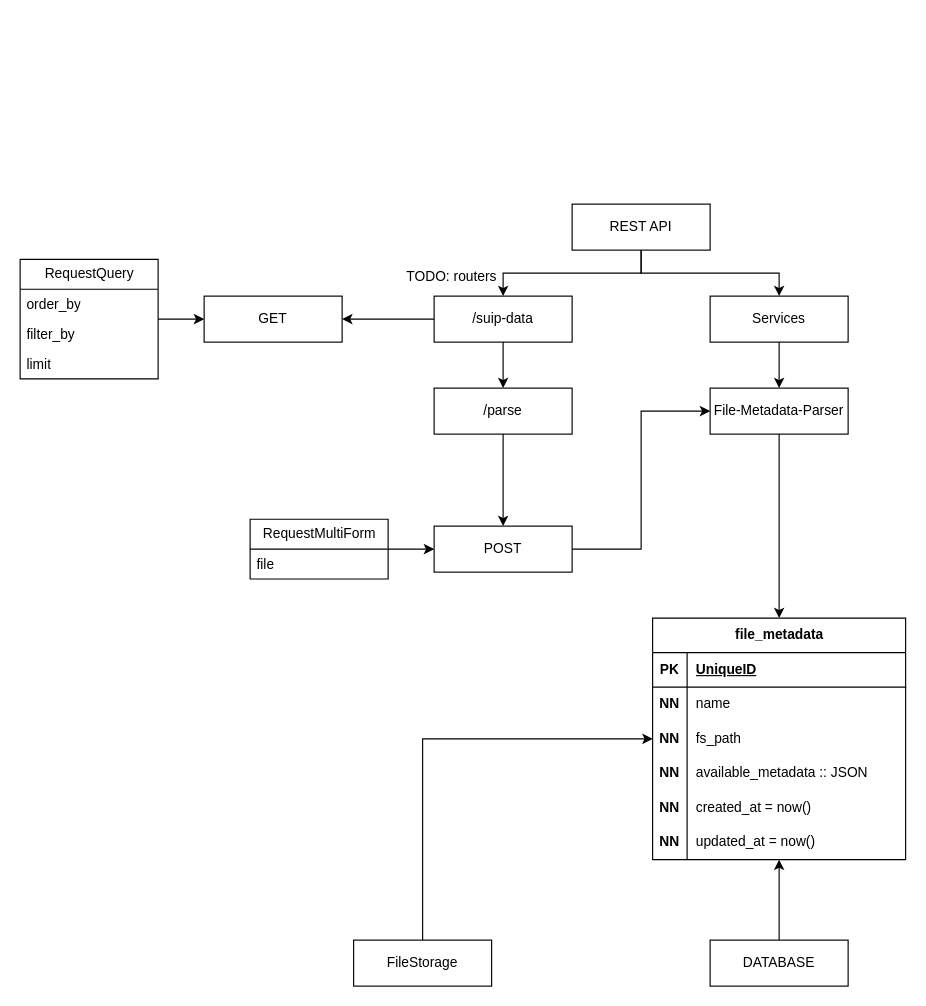
ames0k0/TT--FastAPI--File-Metadata-Parser keeps this draw.io diagram as _readme/Diagram.drawio. Above is the earlier version. Source tidied: cells renumbered, new cells numbered last; positions are measured from the earlier drawing's top-left corner, leaving out a move shared by most shapes. Both pictures are drawn from the tidied source at 115%, with x=0, y=0 at pixel (20, 204).
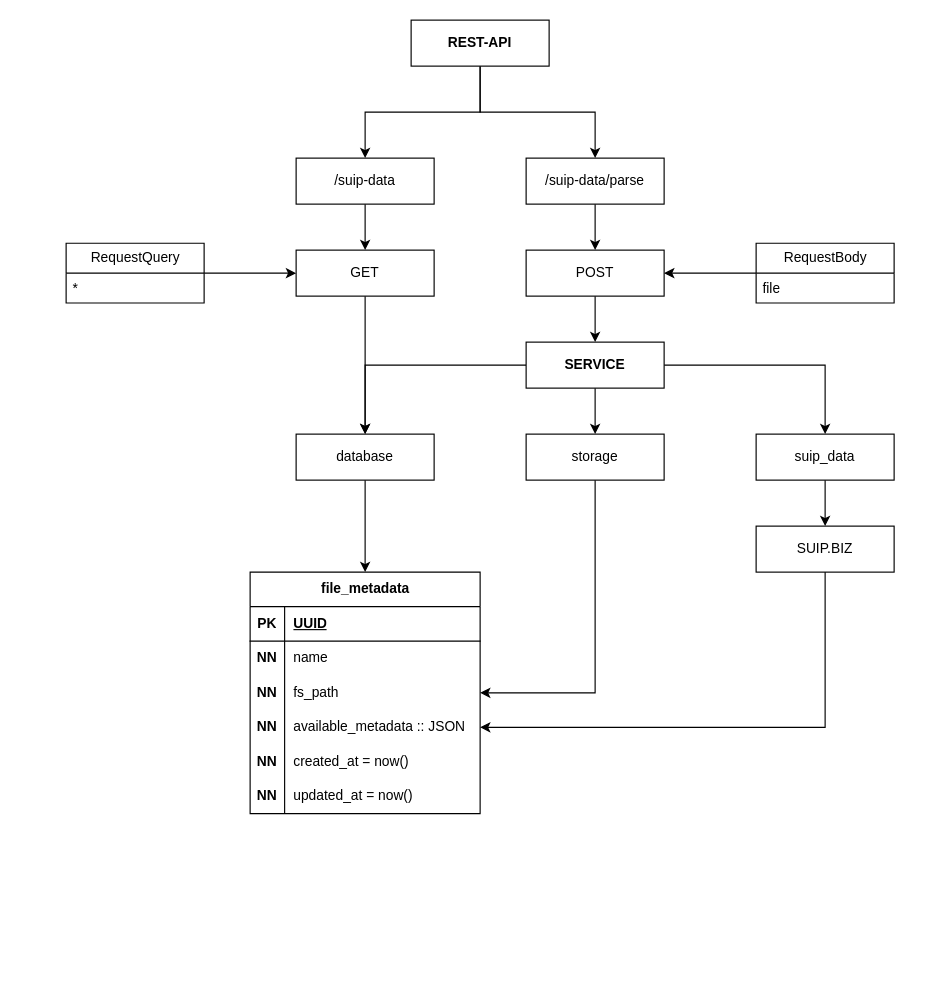
After the change.

The edit, as a diff of the source:
```diff
@@
-    <mxCell id="2" style="edgeStyle=orthogonalEdgeStyle;rounded=0;jettySize=auto;html=1;" parent="1" edge="1" source="3" target="5">
-      <mxGeometry relative="1" as="geometry" />
-    </mxCell>
-    <mxCell id="3" value="Services" style="rounded=0;whiteSpace=wrap;html=1;" parent="1" vertex="1">
-      <mxGeometry x="600" y="80" width="120" height="40" as="geometry" />
-    </mxCell>
-    <mxCell id="4" style="edgeStyle=orthogonalEdgeStyle;rounded=0;jettySize=auto;html=1;" parent="1" edge="1" source="5" target="19">
-      <mxGeometry relative="1" as="geometry" />
-    </mxCell>
-    <mxCell id="5" value="File-Metadata-Parser" style="whiteSpace=wrap;html=1;rounded=0;" parent="1" vertex="1">
-      <mxGeometry x="600" y="160" width="120" height="40" as="geometry" />
-    </mxCell>
-    <mxCell id="6" style="edgeStyle=orthogonalEdgeStyle;rounded=0;jettySize=auto;html=1;" parent="1" edge="1" source="8" target="3">
-      <mxGeometry relative="1" as="geometry" />
-    </mxCell>
-    <mxCell id="7" style="edgeStyle=orthogonalEdgeStyle;rounded=0;jettySize=auto;html=1;" parent="1" edge="1" source="8" target="11">
-      <mxGeometry relative="1" as="geometry" />
-    </mxCell>
-    <mxCell id="8" value="REST API" style="rounded=0;whiteSpace=wrap;html=1;" parent="1" vertex="1">
-      <mxGeometry x="480" width="120" height="40" as="geometry" />
-    </mxCell>
-    <mxCell id="9" style="edgeStyle=orthogonalEdgeStyle;rounded=0;jettySize=auto;html=1;" parent="1" edge="1" source="11" target="18">
-      <mxGeometry relative="1" as="geometry" />
-    </mxCell>
@@
-    <mxCell id="11" value="/suip-data" style="whiteSpace=wrap;html=1;rounded=0;" parent="1" vertex="1">
-      <mxGeometry x="360" y="80" width="120" height="40" as="geometry" />
+    <mxCell id="11" value="&lt;div&gt;&lt;span style=&quot;background-color: transparent; color: light-dark(rgb(0, 0, 0), rgb(255, 255, 255));&quot;&gt;/suip-data&lt;/span&gt;&lt;/div&gt;" style="whiteSpace=wrap;html=1;rounded=0;" parent="1" vertex="1">
+      <mxGeometry x="240" y="-40" width="120" height="40" as="geometry" />
     </mxCell>
+    <mxCell id="49" style="edgeStyle=orthogonalEdgeStyle;rounded=0;jettySize=auto;html=1;" parent="1" edge="1" source="12" target="52">
+      <mxGeometry relative="1" as="geometry" />
+    </mxCell>
     <mxCell id="12" value="GET" style="whiteSpace=wrap;html=1;rounded=0;" parent="1" vertex="1">
-      <mxGeometry x="160" y="80" width="120" height="40" as="geometry" />
+      <mxGeometry x="240" y="40" width="120" height="40" as="geometry" />
     </mxCell>
-    <mxCell id="13" style="edgeStyle=orthogonalEdgeStyle;rounded=0;jettySize=auto;html=1;" parent="1" edge="1" source="14" target="5">
-      <mxGeometry relative="1" as="geometry">
-        <Array as="points">
-          <mxPoint x="540" y="300" />
-          <mxPoint x="540" y="180" />
-        </Array>
-      </mxGeometry>
-    </mxCell>
+    <mxCell id="50" style="edgeStyle=orthogonalEdgeStyle;rounded=0;jettySize=auto;html=1;" parent="1" edge="1" source="14" target="79">
+      <mxGeometry relative="1" as="geometry" />
+    </mxCell>
     <mxCell id="14" value="POST" style="whiteSpace=wrap;html=1;rounded=0;" parent="1" vertex="1">
-      <mxGeometry x="360" y="280" width="120" height="40" as="geometry" />
+      <mxGeometry x="440" y="40" width="120" height="40" as="geometry" />
     </mxCell>
-    <mxCell id="15" style="edgeStyle=orthogonalEdgeStyle;rounded=0;jettySize=auto;html=1;" parent="1" edge="1" source="16" target="19">
-      <mxGeometry relative="1" as="geometry" />
-    </mxCell>
-    <mxCell id="16" value="DATABASE" style="whiteSpace=wrap;html=1;" parent="1" vertex="1">
-      <mxGeometry x="600" y="640" width="120" height="40" as="geometry" />
-    </mxCell>
-    <mxCell id="17" style="edgeStyle=orthogonalEdgeStyle;rounded=0;jettySize=auto;html=1;" parent="1" edge="1" source="18" target="14">
-      <mxGeometry relative="1" as="geometry" />
-    </mxCell>
-    <mxCell id="18" value="/parse" style="whiteSpace=wrap;html=1;rounded=0;" parent="1" vertex="1">
-      <mxGeometry x="360" y="160" width="120" height="40" as="geometry" />
-    </mxCell>
+    <mxCell id="51" style="edgeStyle=orthogonalEdgeStyle;rounded=0;jettySize=auto;html=1;" parent="1" edge="1" source="52" target="19">
+      <mxGeometry relative="1" as="geometry" />
+    </mxCell>
+    <mxCell id="52" value="&lt;div&gt;&lt;span style=&quot;background-color: transparent; color: light-dark(rgb(0, 0, 0), rgb(255, 255, 255));&quot;&gt;database&lt;/span&gt;&lt;/div&gt;" style="whiteSpace=wrap;html=1;" parent="1" vertex="1">
+      <mxGeometry x="240" y="200" width="120" height="40" as="geometry" />
+    </mxCell>
     <mxCell id="19" value="file_metadata" style="shape=table;startSize=30;childLayout=tableLayout;rowLines=0;fontStyle=1;align=center;html=1;" parent="1" vertex="1">
-      <mxGeometry x="550" y="360" width="220" height="210" as="geometry" />
+      <mxGeometry x="200" y="320" width="200" height="210" as="geometry" />
     </mxCell>
-    <mxCell id="20" style="shape=tableRow;horizontal=0;startSize=0;swimlaneHead=0;swimlaneBody=0;fillColor=none;top=0;left=0;right=0;bottom=1;" parent="19" vertex="1">
-      <mxGeometry y="30" width="220" height="30" as="geometry" />
-    </mxCell>
+    <mxCell id="53" style="shape=tableRow;horizontal=0;startSize=0;swimlaneHead=0;swimlaneBody=0;fillColor=none;top=0;left=0;right=0;bottom=1;" parent="19" vertex="1">
+      <mxGeometry y="30" width="200" height="30" as="geometry" />
+    </mxCell>
-    <mxCell id="21" value="PK" style="shape=partialRectangle;fillColor=none;top=0;left=0;bottom=0;right=0;fontStyle=1;overflow=hidden;whiteSpace=wrap;html=1;" parent="20" vertex="1">
+    <mxCell id="21" value="PK" style="shape=partialRectangle;fillColor=none;top=0;left=0;bottom=0;right=0;fontStyle=1;overflow=hidden;whiteSpace=wrap;html=1;" parent="53" vertex="1">
       <mxGeometry width="30" height="30" as="geometry" />
     </mxCell>
-    <mxCell id="22" value="UniqueID" style="shape=partialRectangle;fillColor=none;top=0;left=0;bottom=0;right=0;align=left;spacingLeft=6;fontStyle=5;overflow=hidden;whiteSpace=wrap;html=1;" parent="20" vertex="1">
-      <mxGeometry x="30" width="190" height="30" as="geometry" />
-    </mxCell>
-    <mxCell id="23" style="shape=tableRow;horizontal=0;startSize=0;swimlaneHead=0;swimlaneBody=0;fillColor=none;top=0;left=0;right=0;bottom=0;" parent="19" vertex="1">
-      <mxGeometry y="60" width="220" height="30" as="geometry" />
-    </mxCell>
-    <mxCell id="24" value="&lt;b&gt;NN&lt;/b&gt;" style="shape=partialRectangle;fillColor=none;top=0;left=0;bottom=0;right=0;overflow=hidden;whiteSpace=wrap;html=1;" parent="23" vertex="1">
-      <mxGeometry width="30" height="30" as="geometry" />
-    </mxCell>
+    <mxCell id="54" value="UUID" style="shape=partialRectangle;fillColor=none;top=0;left=0;bottom=0;right=0;align=left;spacingLeft=6;fontStyle=5;overflow=hidden;whiteSpace=wrap;html=1;" parent="53" vertex="1">
+      <mxGeometry x="30" width="170" height="30" as="geometry" />
+    </mxCell>
+    <mxCell id="55" style="shape=tableRow;horizontal=0;startSize=0;swimlaneHead=0;swimlaneBody=0;fillColor=none;top=0;left=0;right=0;bottom=0;" parent="19" vertex="1">
+      <mxGeometry y="60" width="200" height="30" as="geometry" />
+    </mxCell>
+    <mxCell id="56" value="&lt;b&gt;NN&lt;/b&gt;" style="shape=partialRectangle;fillColor=none;top=0;left=0;bottom=0;right=0;overflow=hidden;whiteSpace=wrap;html=1;" parent="55" vertex="1">
+      <mxGeometry width="30" height="30" as="geometry" />
+    </mxCell>
-    <mxCell id="25" value="name" style="shape=partialRectangle;fillColor=none;top=0;left=0;bottom=0;right=0;align=left;spacingLeft=6;overflow=hidden;whiteSpace=wrap;html=1;" parent="23" vertex="1">
-      <mxGeometry x="30" width="190" height="30" as="geometry" />
+    <mxCell id="25" value="name" style="shape=partialRectangle;fillColor=none;top=0;left=0;bottom=0;right=0;align=left;spacingLeft=6;overflow=hidden;whiteSpace=wrap;html=1;" parent="55" vertex="1">
+      <mxGeometry x="30" width="170" height="30" as="geometry" />
     </mxCell>
-    <mxCell id="26" style="shape=tableRow;horizontal=0;startSize=0;swimlaneHead=0;swimlaneBody=0;fillColor=none;points=[[0,0.5],[1,0.5]];portConstraint=eastwest;top=0;left=0;right=0;bottom=0;" parent="19" vertex="1">
-      <mxGeometry y="90" width="220" height="30" as="geometry" />
-    </mxCell>
-    <mxCell id="27" value="&lt;b&gt;NN&lt;/b&gt;" style="shape=partialRectangle;fillColor=none;top=0;left=0;bottom=0;right=0;overflow=hidden;whiteSpace=wrap;html=1;" parent="26" vertex="1">
-      <mxGeometry width="30" height="30" as="geometry" />
-    </mxCell>
+    <mxCell id="57" style="shape=tableRow;horizontal=0;startSize=0;swimlaneHead=0;swimlaneBody=0;fillColor=none;points=[[0,0.5],[1,0.5]];portConstraint=eastwest;top=0;left=0;right=0;bottom=0;" parent="19" vertex="1">
+      <mxGeometry y="90" width="200" height="30" as="geometry" />
+    </mxCell>
+    <mxCell id="58" value="&lt;b&gt;NN&lt;/b&gt;" style="shape=partialRectangle;fillColor=none;top=0;left=0;bottom=0;right=0;overflow=hidden;whiteSpace=wrap;html=1;" parent="57" vertex="1">
+      <mxGeometry width="30" height="30" as="geometry" />
+    </mxCell>
-    <mxCell id="28" value="fs_path" style="shape=partialRectangle;fillColor=none;top=0;left=0;bottom=0;right=0;align=left;spacingLeft=6;overflow=hidden;whiteSpace=wrap;html=1;" parent="26" vertex="1">
-      <mxGeometry x="30" width="190" height="30" as="geometry" />
+    <mxCell id="28" value="fs_path" style="shape=partialRectangle;fillColor=none;top=0;left=0;bottom=0;right=0;align=left;spacingLeft=6;overflow=hidden;whiteSpace=wrap;html=1;" parent="57" vertex="1">
+      <mxGeometry x="30" width="170" height="30" as="geometry" />
     </mxCell>
-    <mxCell id="29" style="shape=tableRow;horizontal=0;startSize=0;swimlaneHead=0;swimlaneBody=0;fillColor=none;top=0;left=0;right=0;bottom=0;" parent="19" vertex="1">
-      <mxGeometry y="120" width="220" height="30" as="geometry" />
-    </mxCell>
-    <mxCell id="30" value="&lt;b&gt;NN&lt;/b&gt;" style="shape=partialRectangle;fillColor=none;top=0;left=0;bottom=0;right=0;overflow=hidden;whiteSpace=wrap;html=1;" parent="29" vertex="1">
-      <mxGeometry width="30" height="30" as="geometry" />
-    </mxCell>
+    <mxCell id="59" style="shape=tableRow;horizontal=0;startSize=0;swimlaneHead=0;swimlaneBody=0;fillColor=none;points=[[0,0.5],[1,0.5]];portConstraint=eastwest;top=0;left=0;right=0;bottom=0;" parent="19" vertex="1">
+      <mxGeometry y="120" width="200" height="30" as="geometry" />
+    </mxCell>
+    <mxCell id="60" value="&lt;b&gt;NN&lt;/b&gt;" style="shape=partialRectangle;fillColor=none;top=0;left=0;bottom=0;right=0;overflow=hidden;whiteSpace=wrap;html=1;" parent="59" vertex="1">
+      <mxGeometry width="30" height="30" as="geometry" />
+    </mxCell>
-    <mxCell id="31" value="available_metadata :: JSON" style="shape=partialRectangle;fillColor=none;top=0;left=0;bottom=0;right=0;align=left;spacingLeft=6;overflow=hidden;whiteSpace=wrap;html=1;" parent="29" vertex="1">
-      <mxGeometry x="30" width="190" height="30" as="geometry" />
+    <mxCell id="31" value="available_metadata :: JSON" style="shape=partialRectangle;fillColor=none;top=0;left=0;bottom=0;right=0;align=left;spacingLeft=6;overflow=hidden;whiteSpace=wrap;html=1;" parent="59" vertex="1">
+      <mxGeometry x="30" width="170" height="30" as="geometry" />
     </mxCell>
-    <mxCell id="32" style="shape=tableRow;horizontal=0;startSize=0;swimlaneHead=0;swimlaneBody=0;fillColor=none;top=0;left=0;right=0;bottom=0;" parent="19" vertex="1">
-      <mxGeometry y="150" width="220" height="30" as="geometry" />
-    </mxCell>
-    <mxCell id="33" value="&lt;b&gt;NN&lt;/b&gt;" style="shape=partialRectangle;fillColor=none;top=0;left=0;bottom=0;right=0;overflow=hidden;whiteSpace=wrap;html=1;" parent="32" vertex="1">
-      <mxGeometry width="30" height="30" as="geometry" />
-    </mxCell>
+    <mxCell id="61" style="shape=tableRow;horizontal=0;startSize=0;swimlaneHead=0;swimlaneBody=0;fillColor=none;top=0;left=0;right=0;bottom=0;" parent="19" vertex="1">
+      <mxGeometry y="150" width="200" height="30" as="geometry" />
+    </mxCell>
+    <mxCell id="62" value="&lt;b&gt;NN&lt;/b&gt;" style="shape=partialRectangle;fillColor=none;top=0;left=0;bottom=0;right=0;overflow=hidden;whiteSpace=wrap;html=1;" parent="61" vertex="1">
+      <mxGeometry width="30" height="30" as="geometry" />
+    </mxCell>
-    <mxCell id="34" value="created_at = now()" style="shape=partialRectangle;fillColor=none;top=0;left=0;bottom=0;right=0;align=left;spacingLeft=6;overflow=hidden;whiteSpace=wrap;html=1;" parent="32" vertex="1">
-      <mxGeometry x="30" width="190" height="30" as="geometry" />
+    <mxCell id="34" value="created_at = now()" style="shape=partialRectangle;fillColor=none;top=0;left=0;bottom=0;right=0;align=left;spacingLeft=6;overflow=hidden;whiteSpace=wrap;html=1;" parent="61" vertex="1">
+      <mxGeometry x="30" width="170" height="30" as="geometry" />
     </mxCell>
-    <mxCell id="35" style="shape=tableRow;horizontal=0;startSize=0;swimlaneHead=0;swimlaneBody=0;fillColor=none;top=0;left=0;right=0;bottom=0;" parent="19" vertex="1">
-      <mxGeometry y="180" width="220" height="30" as="geometry" />
-    </mxCell>
-    <mxCell id="36" value="&lt;b&gt;NN&lt;/b&gt;" style="shape=partialRectangle;fillColor=none;top=0;left=0;bottom=0;right=0;overflow=hidden;whiteSpace=wrap;html=1;" parent="35" vertex="1">
-      <mxGeometry width="30" height="30" as="geometry" />
-    </mxCell>
+    <mxCell id="63" style="shape=tableRow;horizontal=0;startSize=0;swimlaneHead=0;swimlaneBody=0;fillColor=none;top=0;left=0;right=0;bottom=0;" parent="19" vertex="1">
+      <mxGeometry y="180" width="200" height="30" as="geometry" />
+    </mxCell>
+    <mxCell id="64" value="&lt;b&gt;NN&lt;/b&gt;" style="shape=partialRectangle;fillColor=none;top=0;left=0;bottom=0;right=0;overflow=hidden;whiteSpace=wrap;html=1;" parent="63" vertex="1">
+      <mxGeometry width="30" height="30" as="geometry" />
+    </mxCell>
-    <mxCell id="37" value="updated_at = now()" style="shape=partialRectangle;fillColor=none;top=0;left=0;bottom=0;right=0;align=left;spacingLeft=6;overflow=hidden;whiteSpace=wrap;html=1;" parent="35" vertex="1">
-      <mxGeometry x="30" width="190" height="30" as="geometry" />
+    <mxCell id="37" value="updated_at = now()" style="shape=partialRectangle;fillColor=none;top=0;left=0;bottom=0;right=0;align=left;spacingLeft=6;overflow=hidden;whiteSpace=wrap;html=1;" parent="63" vertex="1">
+      <mxGeometry x="30" width="170" height="30" as="geometry" />
     </mxCell>
@@
     <mxCell id="39" value="RequestQuery" style="swimlane;fontStyle=0;horizontal=1;startSize=26;fillColor=none;html=1;" parent="1" vertex="1">
-      <mxGeometry y="48" width="120" height="104" as="geometry" />
+      <mxGeometry x="40" y="34" width="120" height="52" as="geometry" />
     </mxCell>
-    <mxCell id="40" value="order_by" style="text;strokeColor=none;fillColor=none;align=left;verticalAlign=top;spacingLeft=4;spacingRight=4;overflow=hidden;whiteSpace=wrap;html=1;" parent="39" vertex="1">
-      <mxGeometry y="26" width="120" height="26" as="geometry" />
-    </mxCell>
-    <mxCell id="41" value="filter_by" style="text;strokeColor=none;fillColor=none;align=left;verticalAlign=top;spacingLeft=4;spacingRight=4;overflow=hidden;whiteSpace=wrap;html=1;" parent="39" vertex="1">
-      <mxGeometry y="52" width="120" height="26" as="geometry" />
-    </mxCell>
-    <mxCell id="42" value="limit" style="text;strokeColor=none;fillColor=none;align=left;verticalAlign=top;spacingLeft=4;spacingRight=4;overflow=hidden;whiteSpace=wrap;html=1;" parent="39" vertex="1">
-      <mxGeometry y="78" width="120" height="26" as="geometry" />
-    </mxCell>
-    <mxCell id="43" style="edgeStyle=orthogonalEdgeStyle;rounded=0;jettySize=auto;html=1;" parent="1" edge="1" source="44" target="14">
-      <mxGeometry relative="1" as="geometry" />
-    </mxCell>
-    <mxCell id="44" value="RequestMultiForm" style="swimlane;fontStyle=0;horizontal=1;startSize=26;fillColor=none;html=1;" parent="1" vertex="1">
-      <mxGeometry x="200" y="274" width="120" height="52" as="geometry" />
-    </mxCell>
+    <mxCell id="65" value="*" style="text;strokeColor=none;fillColor=none;align=left;verticalAlign=top;spacingLeft=4;spacingRight=4;overflow=hidden;whiteSpace=wrap;html=1;" parent="39" vertex="1">
+      <mxGeometry y="26" width="120" height="26" as="geometry" />
+    </mxCell>
+    <mxCell id="66" style="edgeStyle=orthogonalEdgeStyle;rounded=0;jettySize=auto;html=1;" parent="1" edge="1" source="67" target="14">
+      <mxGeometry relative="1" as="geometry" />
+    </mxCell>
+    <mxCell id="67" value="RequestBody" style="swimlane;fontStyle=0;horizontal=1;startSize=26;fillColor=none;html=1;" parent="1" vertex="1">
+      <mxGeometry x="640" y="34" width="120" height="52" as="geometry" />
+    </mxCell>
-    <mxCell id="45" value="file" style="text;strokeColor=none;fillColor=none;align=left;verticalAlign=top;spacingLeft=4;spacingRight=4;overflow=hidden;whiteSpace=wrap;html=1;" parent="44" vertex="1">
+    <mxCell id="45" value="file" style="text;strokeColor=none;fillColor=none;align=left;verticalAlign=top;spacingLeft=4;spacingRight=4;overflow=hidden;whiteSpace=wrap;html=1;" parent="67" vertex="1">
       <mxGeometry y="26" width="120" height="26" as="geometry" />
     </mxCell>
-    <mxCell id="46" style="edgeStyle=orthogonalEdgeStyle;rounded=0;jettySize=auto;html=1;" parent="1" edge="1" source="47" target="26">
-      <mxGeometry relative="1" as="geometry" />
-    </mxCell>
-    <mxCell id="47" value="FileStorage" style="whiteSpace=wrap;html=1;" parent="1" vertex="1">
-      <mxGeometry x="290" y="640" width="120" height="40" as="geometry" />
-    </mxCell>
-    <mxCell id="48" value="TODO: routers" style="text;html=1;align=center;verticalAlign=middle;strokeColor=none;fillColor=none;" parent="1" vertex="1">
-      <mxGeometry x="325" y="48" width="100" height="30" as="geometry" />
-    </mxCell>
+    <mxCell id="68" style="edgeStyle=orthogonalEdgeStyle;rounded=0;jettySize=auto;html=1;" parent="1" edge="1" source="69" target="57">
+      <mxGeometry relative="1" as="geometry" />
+    </mxCell>
+    <mxCell id="69" value="&lt;div&gt;&lt;span style=&quot;background-color: transparent; color: light-dark(rgb(0, 0, 0), rgb(255, 255, 255));&quot;&gt;storage&lt;/span&gt;&lt;/div&gt;" style="whiteSpace=wrap;html=1;" parent="1" vertex="1">
+      <mxGeometry x="440" y="200" width="120" height="40" as="geometry" />
+    </mxCell>
+    <mxCell id="70" style="edgeStyle=orthogonalEdgeStyle;rounded=0;jettySize=auto;html=1;" parent="1" edge="1" source="71" target="59">
+      <mxGeometry relative="1" as="geometry" />
+    </mxCell>
+    <mxCell id="71" value="SUIP.BIZ" style="whiteSpace=wrap;html=1;" parent="1" vertex="1">
+      <mxGeometry x="640" y="280" width="120" height="40" as="geometry" />
+    </mxCell>
+    <mxCell id="72" style="edgeStyle=orthogonalEdgeStyle;rounded=0;jettySize=auto;html=1;" parent="1" edge="1" source="73" target="14">
+      <mxGeometry relative="1" as="geometry" />
+    </mxCell>
+    <mxCell id="73" value="&lt;div&gt;&lt;span style=&quot;background-color: transparent; color: light-dark(rgb(0, 0, 0), rgb(255, 255, 255));&quot;&gt;/suip-data/parse&lt;/span&gt;&lt;/div&gt;" style="whiteSpace=wrap;html=1;rounded=0;" parent="1" vertex="1">
+      <mxGeometry x="440" y="-40" width="120" height="40" as="geometry" />
+    </mxCell>
+    <mxCell id="74" style="edgeStyle=orthogonalEdgeStyle;rounded=0;jettySize=auto;html=1;" parent="1" edge="1" source="75" target="71">
+      <mxGeometry relative="1" as="geometry" />
+    </mxCell>
+    <mxCell id="75" value="&lt;div&gt;&lt;span style=&quot;background-color: transparent; color: light-dark(rgb(0, 0, 0), rgb(255, 255, 255));&quot;&gt;suip_data&lt;/span&gt;&lt;/div&gt;" style="whiteSpace=wrap;html=1;" parent="1" vertex="1">
+      <mxGeometry x="640" y="200" width="120" height="40" as="geometry" />
+    </mxCell>
+    <mxCell id="76" style="edgeStyle=orthogonalEdgeStyle;rounded=0;jettySize=auto;html=1;entryX=0.5;entryY=0;entryDx=0;entryDy=0;" parent="1" edge="1" source="79" target="69">
+      <mxGeometry relative="1" as="geometry" />
+    </mxCell>
+    <mxCell id="77" style="edgeStyle=orthogonalEdgeStyle;rounded=0;jettySize=auto;html=1;" parent="1" edge="1" source="79" target="75">
+      <mxGeometry relative="1" as="geometry" />
+    </mxCell>
+    <mxCell id="78" style="edgeStyle=orthogonalEdgeStyle;rounded=0;jettySize=auto;html=1;" parent="1" edge="1" source="79" target="52">
+      <mxGeometry relative="1" as="geometry" />
+    </mxCell>
+    <mxCell id="79" value="&lt;b&gt;SERVICE&lt;/b&gt;" style="whiteSpace=wrap;html=1;rounded=0;" parent="1" vertex="1">
+      <mxGeometry x="440" y="120" width="120" height="40" as="geometry" />
+    </mxCell>
+    <mxCell id="80" style="edgeStyle=orthogonalEdgeStyle;rounded=0;jettySize=auto;html=1;" parent="1" edge="1" source="82" target="11">
+      <mxGeometry relative="1" as="geometry" />
+    </mxCell>
+    <mxCell id="81" style="edgeStyle=orthogonalEdgeStyle;rounded=0;jettySize=auto;html=1;" parent="1" edge="1" source="82" target="73">
+      <mxGeometry relative="1" as="geometry" />
+    </mxCell>
+    <mxCell id="82" value="&lt;b&gt;REST-API&lt;/b&gt;" style="whiteSpace=wrap;html=1;rounded=0;" parent="1" vertex="1">
+      <mxGeometry x="340" y="-160" width="120" height="40" as="geometry" />
+    </mxCell>
```
